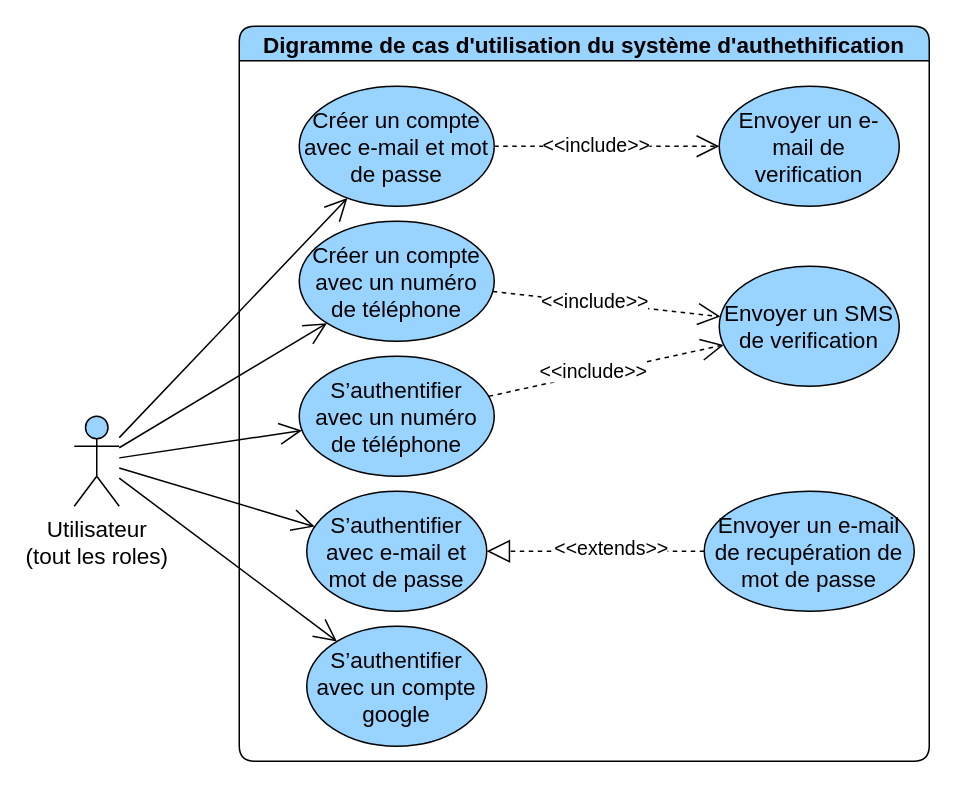
Earlier version of the draw.io diagram diagrams/auth.drawio (devlotfi/peage-pay). Source tidied: cells renumbered, new cells numbered last; positions are measured from the earlier drawing's top-left corner, leaving out a move shared by most shapes. Both pictures are drawn from the tidied source at 150%, with x=0, y=0 at pixel (74, 26).
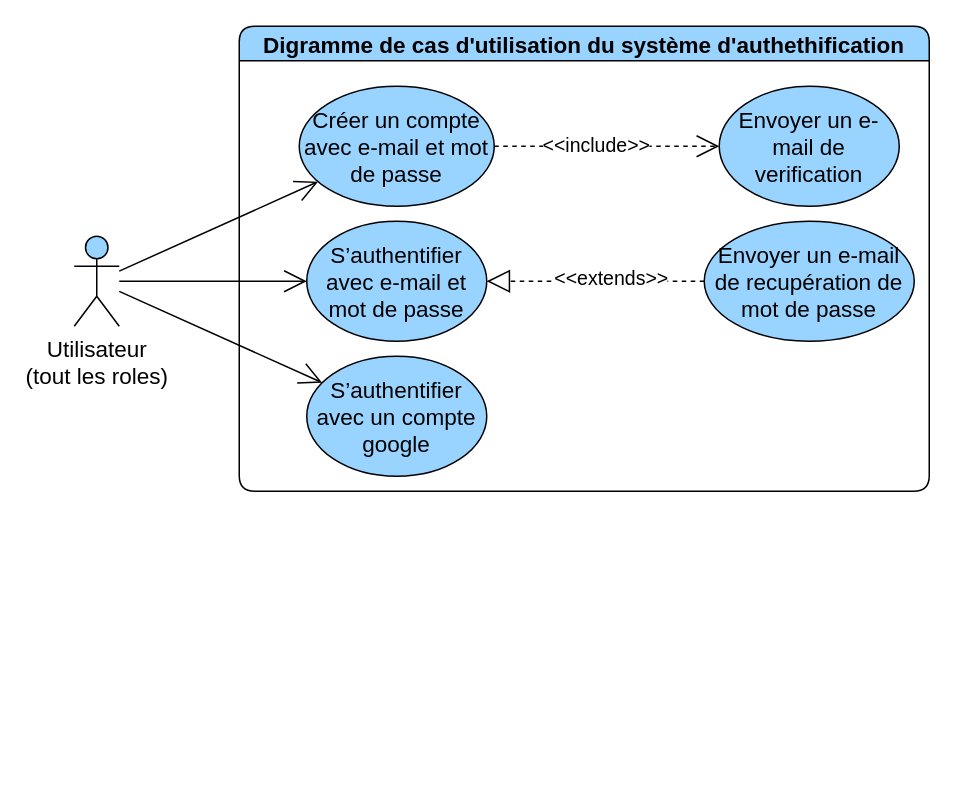
The same page after the edit.

What changed in the source:
```diff
@@
     <mxCell id="2" value="Digramme de cas d'utilisation du&amp;nbsp;système&amp;nbsp;d'authethification" style="swimlane;whiteSpace=wrap;html=1;rounded=1;fillColor=#99D3FF;fontSize=15;" parent="1" vertex="1">
-      <mxGeometry x="110" width="460" height="490" as="geometry" />
+      <mxGeometry x="110" width="460" height="310" as="geometry" />
     </mxCell>
-    <mxCell id="3" value="&lt;p class=&quot;MsoNormal&quot; style=&quot;font-size: 15px;&quot;&gt;S’authentifier&lt;br style=&quot;font-size: 15px;&quot;&gt;avec un numéro de téléphone&lt;/p&gt;" style="ellipse;whiteSpace=wrap;html=1;strokeColor=default;align=center;verticalAlign=middle;fontFamily=Helvetica;fontSize=15;fontColor=default;fillColor=#99D3FF;" parent="2" vertex="1">
-      <mxGeometry x="40" y="220" width="130" height="80" as="geometry" />
-    </mxCell>
     <mxCell id="4" value="&lt;p class=&quot;MsoNormal&quot; style=&quot;font-size: 15px;&quot;&gt;S’authentifier&lt;br style=&quot;font-size: 15px;&quot;&gt;avec e-mail et mot de passe&lt;/p&gt;" style="ellipse;whiteSpace=wrap;html=1;strokeColor=default;align=center;verticalAlign=middle;fontFamily=Helvetica;fontSize=15;fontColor=default;fillColor=#99D3FF;" parent="2" vertex="1">
-      <mxGeometry x="45" y="310" width="120" height="80" as="geometry" />
+      <mxGeometry x="45" y="130" width="120" height="80" as="geometry" />
     </mxCell>
     <mxCell id="5" value="&lt;p class=&quot;MsoNormal&quot; style=&quot;font-size: 15px;&quot;&gt;S’authentifier&lt;br style=&quot;font-size: 15px;&quot;&gt;avec un compte google&lt;/p&gt;" style="ellipse;whiteSpace=wrap;html=1;strokeColor=default;align=center;verticalAlign=middle;fontFamily=Helvetica;fontSize=15;fontColor=default;fillColor=#99D3FF;" parent="2" vertex="1">
-      <mxGeometry x="45" y="400" width="120" height="80" as="geometry" />
+      <mxGeometry x="45" y="220" width="120" height="80" as="geometry" />
     </mxCell>
-    <mxCell id="6" value="&lt;p class=&quot;MsoNormal&quot; style=&quot;font-size: 15px;&quot;&gt;Envoyer un SMS de verification&lt;/p&gt;" style="ellipse;whiteSpace=wrap;html=1;strokeColor=default;align=center;verticalAlign=middle;fontFamily=Helvetica;fontSize=15;fontColor=default;fillColor=#99D3FF;" parent="2" vertex="1">
-      <mxGeometry x="320" y="160" width="120" height="80" as="geometry" />
-    </mxCell>
-    <mxCell id="7" style="edgeStyle=none;rounded=0;jettySize=auto;html=1;strokeColor=default;align=center;verticalAlign=middle;fontFamily=Helvetica;fontSize=15;fontColor=default;labelBackgroundColor=default;startSize=6;endArrow=open;endFill=0;endSize=13;dashed=1;" parent="2" edge="1" source="3" target="6">
-      <mxGeometry relative="1" as="geometry" />
-    </mxCell>
-    <mxCell id="8" value="&amp;lt;&amp;lt;include&amp;gt;&amp;gt;" style="edgeLabel;html=1;align=center;verticalAlign=middle;strokeColor=default;fontFamily=Helvetica;fontSize=13;fontColor=default;labelBackgroundColor=default;fillColor=#99D3FF;" parent="7" vertex="1">
-      <mxGeometry x="-0.11" y="2" relative="1" as="geometry" />
-    </mxCell>
@@
-    <mxCell id="10" value="&lt;p class=&quot;MsoNormal&quot; style=&quot;font-size: 15px;&quot;&gt;Créer un compte avec un numéro de téléphone&lt;/p&gt;" style="ellipse;whiteSpace=wrap;html=1;strokeColor=default;align=center;verticalAlign=middle;fontFamily=Helvetica;fontSize=15;fontColor=default;fillColor=#99D3FF;" parent="2" vertex="1">
-      <mxGeometry x="40" y="130" width="130" height="80" as="geometry" />
-    </mxCell>
@@
-    <mxCell id="12" style="edgeStyle=none;rounded=0;jettySize=auto;html=1;strokeColor=default;align=center;verticalAlign=middle;fontFamily=Helvetica;fontSize=15;fontColor=default;labelBackgroundColor=default;startSize=6;endArrow=open;endFill=0;endSize=13;dashed=1;" parent="2" edge="1" source="10" target="6">
-      <mxGeometry relative="1" as="geometry" />
-    </mxCell>
-    <mxCell id="13" value="&amp;lt;&amp;lt;include&amp;gt;&amp;gt;" style="edgeLabel;html=1;align=center;verticalAlign=middle;strokeColor=default;fontFamily=Helvetica;fontSize=13;fontColor=default;labelBackgroundColor=default;fillColor=#99D3FF;" parent="12" vertex="1">
-      <mxGeometry x="-0.11" y="2" relative="1" as="geometry" />
-    </mxCell>
     <mxCell id="14" value="&lt;p class=&quot;MsoNormal&quot; style=&quot;font-size: 15px;&quot;&gt;Envoyer un e-mail de recupération de mot de passe&lt;/p&gt;" style="ellipse;whiteSpace=wrap;html=1;strokeColor=default;align=center;verticalAlign=middle;fontFamily=Helvetica;fontSize=15;fontColor=default;fillColor=#99D3FF;" parent="2" vertex="1">
-      <mxGeometry x="310" y="310" width="140" height="80" as="geometry" />
+      <mxGeometry x="310" y="130" width="140" height="80" as="geometry" />
     </mxCell>
@@
-    <mxCell id="19" style="rounded=0;jettySize=auto;html=1;fontFamily=Helvetica;fontSize=15;fontColor=default;endArrow=open;endFill=0;startSize=6;endSize=13;" parent="1" edge="1" source="20" target="3">
-      <mxGeometry relative="1" as="geometry" />
-    </mxCell>
     <mxCell id="20" value="Utilisateur&lt;br style=&quot;font-size: 15px;&quot;&gt;(tout les roles)" style="shape=umlActor;verticalLabelPosition=bottom;verticalAlign=top;html=1;outlineConnect=0;strokeColor=default;align=center;fontFamily=Helvetica;fontSize=15;fontColor=default;fillColor=#99D3FF;" parent="1" vertex="1">
-      <mxGeometry y="260" width="30" height="60" as="geometry" />
+      <mxGeometry y="140" width="30" height="60" as="geometry" />
     </mxCell>
@@
-    <mxCell id="23" style="rounded=0;jettySize=auto;html=1;fontFamily=Helvetica;fontSize=15;fontColor=default;endArrow=open;endFill=0;startSize=6;endSize=13;" parent="1" edge="1" source="20" target="10">
-      <mxGeometry relative="1" as="geometry" />
-    </mxCell>
```
